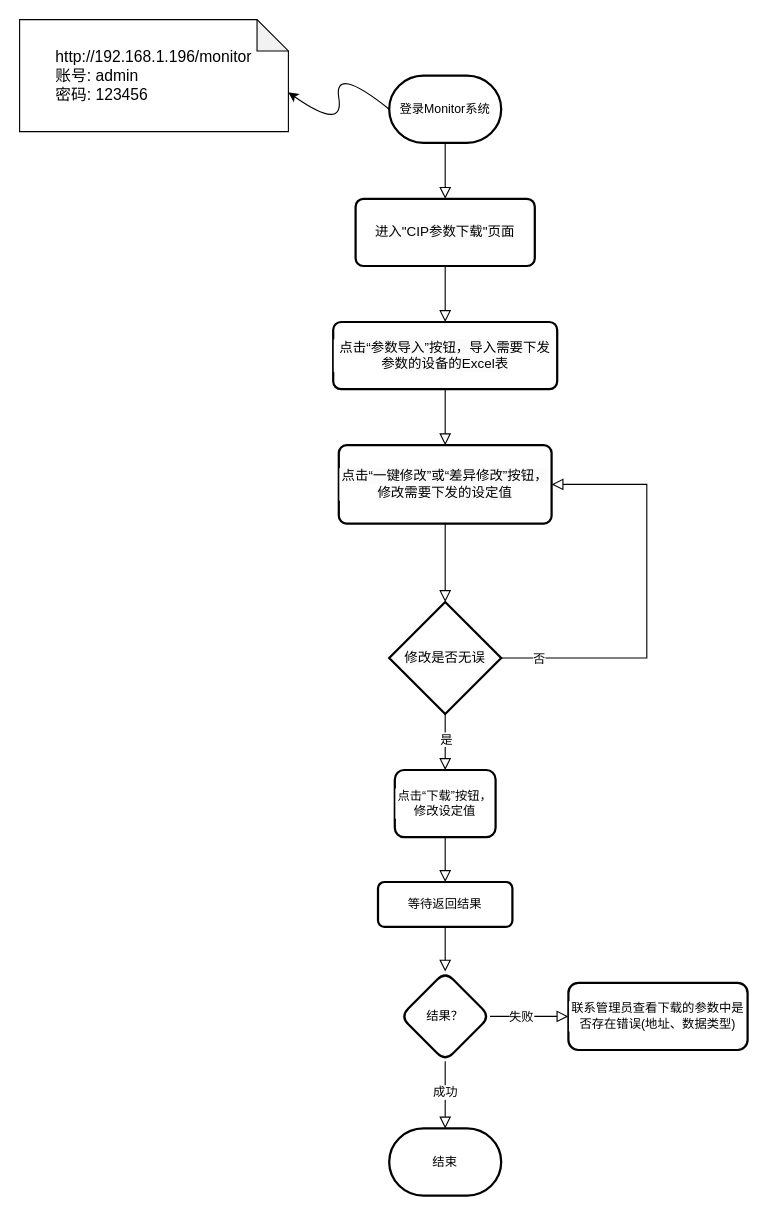
Above: 参数下载.drawio in AgonyCarl/frank.github.io (draw.io), before the change. Source tidied: cells renumbered, new cells numbered last; positions are measured from the earlier drawing's top-left corner, leaving out a move shared by most shapes. Both pictures are drawn from the tidied source at 112%, with x=0, y=0 at pixel (19, 19).
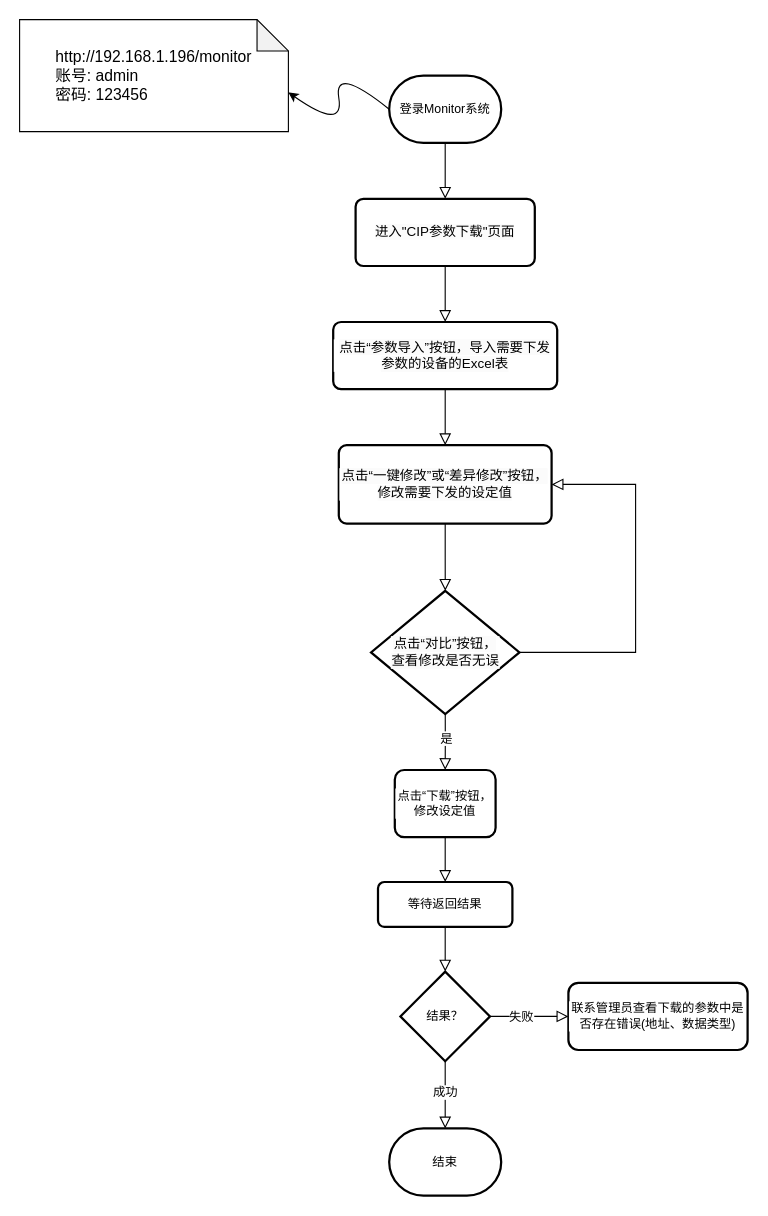
Above is the later version.

Commit message:
更新参数下载.drawio

The change refers to these unchanged cells:
```xml
<mxCell id="24" value="&lt;span style=&quot;font-size: 12px; background-color: rgb(251, 251, 251);&quot;&gt;点击“一键修改”或“差异修改”按钮，修改需要下发的设定值&lt;/span&gt;" style="rounded=1;whiteSpace=wrap;html=1;absoluteArcSize=1;arcSize=14;strokeWidth=2;fontFamily=Helvetica;fontSize=11;fontColor=default;labelBackgroundColor=default;" parent="1" vertex="1">
  <mxGeometry x="285" y="380" width="190" height="70" as="geometry" />
</mxCell>
```

Diff of the diagram source:
```diff
@@
-    <mxCell id="10" style="endArrow=block;html=1;rounded=0;strokeColor=default;align=center;verticalAlign=middle;fontFamily=Helvetica;fontSize=11;fontColor=default;labelBackgroundColor=default;edgeStyle=orthogonalEdgeStyle;endSize=8;exitX=1;exitY=0.5;exitDx=0;exitDy=0;entryX=1;entryY=0.5;entryDx=0;entryDy=0;endFill=0;exitPerimeter=0;" parent="1" edge="1" source="25" target="24">
-      <mxGeometry relative="1" as="geometry">
-        <Array as="points">
-          <mxPoint x="560" y="570" />
-          <mxPoint x="560" y="415" />
-        </Array>
-      </mxGeometry>
-    </mxCell>
-    <mxCell id="11" value="否" style="edgeLabel;html=1;align=center;verticalAlign=middle;fontFamily=Helvetica;fontSize=11;fontColor=default;labelBackgroundColor=default;" parent="10" vertex="1">
-      <mxGeometry x="-0.47" y="-2" relative="1" as="geometry">
-        <mxPoint x="-65" y="-2" as="offset" />
-      </mxGeometry>
-    </mxCell>
@@
-    <mxCell id="20" value="结果？" style="rhombus;whiteSpace=wrap;html=1;rounded=1;glass=0;strokeWidth=2;shadow=0;strokeColor=default;align=center;verticalAlign=middle;fontFamily=Helvetica;fontSize=11;fontColor=default;labelBackgroundColor=default;fillColor=default;" parent="1" vertex="1">
+    <mxCell id="20" value="结果？" style="rhombus;whiteSpace=wrap;html=1;rounded=1;glass=0;strokeWidth=2;shadow=0;strokeColor=default;align=center;verticalAlign=middle;fontFamily=Helvetica;fontSize=11;fontColor=default;labelBackgroundColor=default;fillColor=default;arcSize=0;" parent="1" vertex="1">
       <mxGeometry x="340" y="850" width="80" height="80" as="geometry" />
     </mxCell>
@@
+    <mxCell id="10" style="edgeStyle=orthogonalEdgeStyle;rounded=0;jettySize=auto;html=1;entryX=1;entryY=0.5;entryDx=0;entryDy=0;exitX=1;exitY=0.5;exitDx=0;exitDy=0;exitPerimeter=0;endSize=8;endArrow=block;endFill=0;" parent="1" edge="1" source="25" target="24">
+      <mxGeometry relative="1" as="geometry">
+        <Array as="points">
+          <mxPoint x="550" y="565" />
+          <mxPoint x="550" y="415" />
+        </Array>
+      </mxGeometry>
+    </mxCell>
-    <mxCell id="25" value="&lt;span style=&quot;font-size: 12px; background-color: rgb(251, 251, 251);&quot;&gt;修改是否无误&lt;/span&gt;" style="strokeWidth=2;html=1;shape=mxgraph.flowchart.decision;whiteSpace=wrap;fontFamily=Helvetica;fontSize=11;fontColor=default;labelBackgroundColor=default;" parent="1" vertex="1">
-      <mxGeometry x="330" y="520" width="100" height="100" as="geometry" />
+    <mxCell id="25" value="&lt;span style=&quot;font-size: 12px; background-color: rgb(251, 251, 251);&quot;&gt;点击“对比”按钮，&lt;/span&gt;&lt;div&gt;&lt;span style=&quot;font-size: 12px; background-color: rgb(251, 251, 251);&quot;&gt;查看修改是否无误&lt;/span&gt;&lt;/div&gt;" style="strokeWidth=2;html=1;shape=mxgraph.flowchart.decision;whiteSpace=wrap;fontFamily=Helvetica;fontSize=11;fontColor=default;labelBackgroundColor=default;" parent="1" vertex="1">
+      <mxGeometry x="313.8" y="510" width="132.5" height="110" as="geometry" />
     </mxCell>
```
